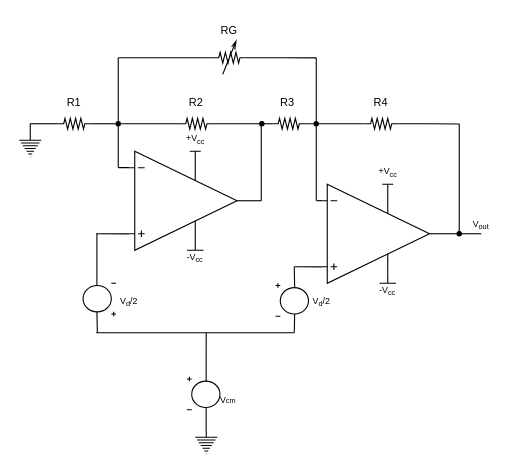
Earlier version of the draw.io diagram EJ4/draw.io/instrum_difmode_gain.drawio (grupo-tc-volcan/TP3). Source tidied: cells renumbered, new cells numbered last; positions are measured from the earlier drawing's top-left corner, leaving out a move shared by most shapes. Both pictures are drawn from the tidied source at 110%, with x=0, y=0 at pixel (19, 19).
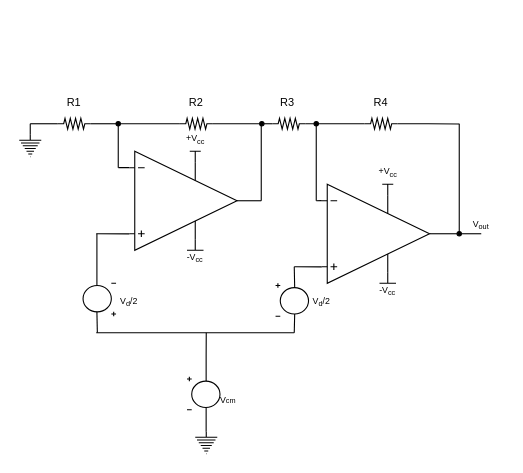
Above is the later version.

What changed in the source:
```diff
@@
-    <mxCell id="26" style="endArrow=none;html=1;" parent="1" edge="1">
-      <mxGeometry relative="1" as="geometry">
-        <mxPoint x="270" y="95" as="sourcePoint" />
-        <mxPoint x="270" y="35" as="targetPoint" />
-      </mxGeometry>
-    </mxCell>
@@
-    <mxCell id="28" style="endArrow=none;html=1;" parent="1" edge="1">
-      <mxGeometry relative="1" as="geometry">
-        <mxPoint x="90" y="95" as="sourcePoint" />
-        <mxPoint x="90" y="35" as="targetPoint" />
-      </mxGeometry>
-    </mxCell>
@@
-    <mxCell id="44" style="edgeStyle=orthogonalEdgeStyle;rounded=0;jettySize=auto;html=1;exitX=1;exitY=0.5;exitDx=0;exitDy=0;exitPerimeter=0;endArrow=none;endFill=0;" parent="1" edge="1" source="45">
-      <mxGeometry relative="1" as="geometry">
-        <mxPoint x="270" y="35.1" as="targetPoint" />
-      </mxGeometry>
-    </mxCell>
-    <mxCell id="45" style="verticalLabelPosition=bottom;shadow=0;dashed=0;align=center;fillColor=#ffffff;html=1;verticalAlign=top;strokeWidth=1;shape=mxgraph.electrical.resistors.variable_resistor_2;" parent="1" vertex="1">
-      <mxGeometry x="176" y="20" width="30" height="30" as="geometry" />
-    </mxCell>
-    <mxCell id="46" style="endArrow=none;html=1;entryX=0;entryY=0.5;entryDx=0;entryDy=0;entryPerimeter=0;" parent="1" edge="1" target="45">
-      <mxGeometry relative="1" as="geometry">
-        <mxPoint x="90" y="35" as="sourcePoint" />
-      </mxGeometry>
-    </mxCell>
-    <mxCell id="47" value="&lt;font style=&quot;font-size: 10px&quot;&gt;RG&lt;/font&gt;" style="text;html=1;strokeColor=none;fillColor=none;align=center;verticalAlign=middle;whiteSpace=wrap;rounded=0;" parent="1" vertex="1">
-      <mxGeometry x="171" width="40" height="20" as="geometry" />
-    </mxCell>
```
